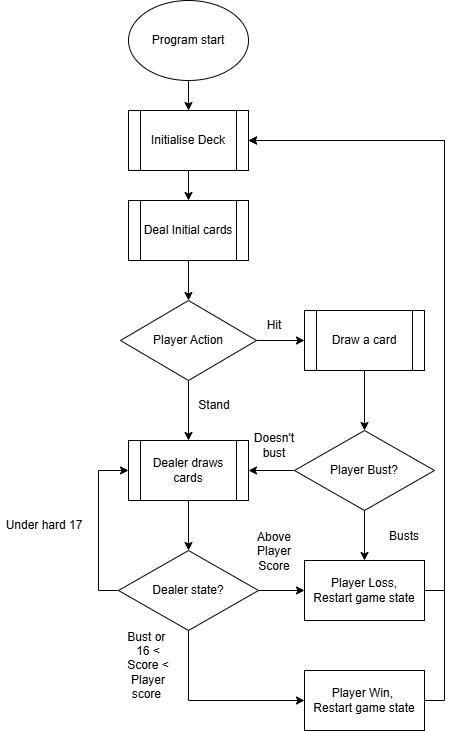
This is Blackjack_Flow.png from OhIt5MeGoD/prog_black_2_priv, a draw.io export, as it was before one commit. Source tidied: cells renumbered, new cells last; positions are measured from the earlier drawing's top-left corner, leaving out a move shared by most shapes. The source it was exported from:
```xml
<mxGraphModel>
  <root>
    <mxCell id="0" />
    <mxCell id="1" parent="0" />
    <mxCell id="2" style="edgeStyle=orthogonalEdgeStyle;rounded=0;jettySize=auto;html=1;exitX=0.5;exitY=1;exitDx=0;exitDy=0;entryX=0.5;entryY=0;entryDx=0;entryDy=0;" parent="1" edge="1" source="3" target="5">
      <mxGeometry relative="1" as="geometry" />
    </mxCell>
    <mxCell id="3" value="Program start" style="ellipse;whiteSpace=wrap;html=1;" parent="1" vertex="1">
      <mxGeometry x="128" width="120" height="80" as="geometry" />
    </mxCell>
    <mxCell id="4" style="edgeStyle=orthogonalEdgeStyle;rounded=0;jettySize=auto;html=1;exitX=0.5;exitY=1;exitDx=0;exitDy=0;" parent="1" edge="1" source="5" target="10">
      <mxGeometry relative="1" as="geometry" />
    </mxCell>
    <mxCell id="5" value="Initialise Deck" style="shape=process;whiteSpace=wrap;html=1;backgroundOutline=1;" parent="1" vertex="1">
      <mxGeometry x="128" y="110" width="120" height="60" as="geometry" />
    </mxCell>
    <mxCell id="6" style="edgeStyle=orthogonalEdgeStyle;rounded=0;jettySize=auto;html=1;exitX=1;exitY=0.5;exitDx=0;exitDy=0;" parent="1" edge="1" source="8" target="12">
      <mxGeometry relative="1" as="geometry" />
    </mxCell>
    <mxCell id="7" style="edgeStyle=orthogonalEdgeStyle;rounded=0;jettySize=auto;html=1;exitX=0.5;exitY=1;exitDx=0;exitDy=0;entryX=0.5;entryY=0;entryDx=0;entryDy=0;" parent="1" edge="1" source="8" target="19">
      <mxGeometry relative="1" as="geometry" />
    </mxCell>
    <mxCell id="8" value="Player Action" style="rhombus;whiteSpace=wrap;html=1;" parent="1" vertex="1">
      <mxGeometry x="120" y="300" width="136" height="80" as="geometry" />
    </mxCell>
    <mxCell id="9" style="edgeStyle=orthogonalEdgeStyle;rounded=0;jettySize=auto;html=1;exitX=0.5;exitY=1;exitDx=0;exitDy=0;entryX=0.5;entryY=0;entryDx=0;entryDy=0;" parent="1" edge="1" source="10" target="8">
      <mxGeometry relative="1" as="geometry" />
    </mxCell>
    <mxCell id="10" value="Deal Initial cards" style="shape=process;whiteSpace=wrap;html=1;backgroundOutline=1;" parent="1" vertex="1">
      <mxGeometry x="128" y="200" width="120" height="60" as="geometry" />
    </mxCell>
    <mxCell id="11" style="edgeStyle=orthogonalEdgeStyle;rounded=0;jettySize=auto;html=1;exitX=0.5;exitY=1;exitDx=0;exitDy=0;entryX=0.5;entryY=0;entryDx=0;entryDy=0;" parent="1" edge="1" source="12" target="15">
      <mxGeometry relative="1" as="geometry" />
    </mxCell>
    <mxCell id="12" value="Draw a card" style="shape=process;whiteSpace=wrap;html=1;backgroundOutline=1;" parent="1" vertex="1">
      <mxGeometry x="304" y="310" width="120" height="60" as="geometry" />
    </mxCell>
    <mxCell id="13" style="edgeStyle=orthogonalEdgeStyle;rounded=0;jettySize=auto;html=1;exitX=0.5;exitY=1;exitDx=0;exitDy=0;entryX=0.5;entryY=0;entryDx=0;entryDy=0;" parent="1" edge="1" source="15" target="17">
      <mxGeometry relative="1" as="geometry" />
    </mxCell>
    <mxCell id="14" style="edgeStyle=orthogonalEdgeStyle;rounded=0;jettySize=auto;html=1;exitX=0;exitY=0.5;exitDx=0;exitDy=0;entryX=1;entryY=0.5;entryDx=0;entryDy=0;" parent="1" edge="1" source="15" target="19">
      <mxGeometry relative="1" as="geometry" />
    </mxCell>
    <mxCell id="15" value="Player Bust?" style="rhombus;whiteSpace=wrap;html=1;" parent="1" vertex="1">
      <mxGeometry x="294" y="430" width="140" height="80" as="geometry" />
    </mxCell>
    <mxCell id="16" style="edgeStyle=orthogonalEdgeStyle;rounded=0;jettySize=auto;html=1;exitX=1;exitY=0.5;exitDx=0;exitDy=0;entryX=1;entryY=0.5;entryDx=0;entryDy=0;" parent="1" edge="1" source="17" target="5">
      <mxGeometry relative="1" as="geometry" />
    </mxCell>
    <mxCell id="17" value="Player Loss,&lt;br&gt;Restart game state" style="rounded=0;whiteSpace=wrap;html=1;" parent="1" vertex="1">
      <mxGeometry x="304" y="560" width="120" height="60" as="geometry" />
    </mxCell>
    <mxCell id="18" style="edgeStyle=orthogonalEdgeStyle;rounded=0;jettySize=auto;html=1;exitX=0.5;exitY=1;exitDx=0;exitDy=0;entryX=0.5;entryY=0;entryDx=0;entryDy=0;" parent="1" edge="1" source="19" target="27">
      <mxGeometry relative="1" as="geometry" />
    </mxCell>
    <mxCell id="19" value="Dealer draws cards" style="shape=process;whiteSpace=wrap;html=1;backgroundOutline=1;" parent="1" vertex="1">
      <mxGeometry x="128" y="440" width="120" height="60" as="geometry" />
    </mxCell>
    <mxCell id="20" value="Hit" style="text;html=1;whiteSpace=wrap;strokeColor=none;fillColor=none;align=center;verticalAlign=middle;rounded=0;" parent="1" vertex="1">
      <mxGeometry x="244" y="310" width="60" height="30" as="geometry" />
    </mxCell>
    <mxCell id="21" value="Stand" style="text;html=1;whiteSpace=wrap;strokeColor=none;fillColor=none;align=center;verticalAlign=middle;rounded=0;" parent="1" vertex="1">
      <mxGeometry x="184" y="390" width="60" height="30" as="geometry" />
    </mxCell>
    <mxCell id="22" value="Busts" style="text;html=1;whiteSpace=wrap;strokeColor=none;fillColor=none;align=center;verticalAlign=middle;rounded=0;" parent="1" vertex="1">
      <mxGeometry x="374" y="521" width="60" height="30" as="geometry" />
    </mxCell>
    <mxCell id="23" value="Doesn't bust" style="text;html=1;whiteSpace=wrap;strokeColor=none;fillColor=none;align=center;verticalAlign=middle;rounded=0;" parent="1" vertex="1">
      <mxGeometry x="244" y="430" width="60" height="30" as="geometry" />
    </mxCell>
    <mxCell id="24" style="edgeStyle=orthogonalEdgeStyle;rounded=0;jettySize=auto;html=1;exitX=0;exitY=0.5;exitDx=0;exitDy=0;entryX=0;entryY=0.5;entryDx=0;entryDy=0;" parent="1" edge="1" source="27" target="19">
      <mxGeometry relative="1" as="geometry" />
    </mxCell>
    <mxCell id="25" style="edgeStyle=orthogonalEdgeStyle;rounded=0;jettySize=auto;html=1;exitX=1;exitY=0.5;exitDx=0;exitDy=0;entryX=0;entryY=0.5;entryDx=0;entryDy=0;" parent="1" edge="1" source="27" target="17">
      <mxGeometry relative="1" as="geometry" />
    </mxCell>
    <mxCell id="26" style="edgeStyle=orthogonalEdgeStyle;rounded=0;jettySize=auto;html=1;exitX=0.5;exitY=1;exitDx=0;exitDy=0;entryX=0;entryY=0.5;entryDx=0;entryDy=0;" parent="1" edge="1" source="27" target="29">
      <mxGeometry relative="1" as="geometry" />
    </mxCell>
    <mxCell id="27" value="Dealer state?" style="rhombus;whiteSpace=wrap;html=1;" parent="1" vertex="1">
      <mxGeometry x="118" y="550" width="140" height="80" as="geometry" />
    </mxCell>
    <mxCell id="28" style="edgeStyle=orthogonalEdgeStyle;rounded=0;jettySize=auto;html=1;exitX=1;exitY=0.5;exitDx=0;exitDy=0;entryX=1;entryY=0.5;entryDx=0;entryDy=0;" parent="1" edge="1" source="29" target="5">
      <mxGeometry relative="1" as="geometry" />
    </mxCell>
    <mxCell id="29" value="Player Win,&amp;nbsp;&lt;br&gt;Restart game state" style="rounded=0;whiteSpace=wrap;html=1;" parent="1" vertex="1">
      <mxGeometry x="304" y="670" width="120" height="60" as="geometry" />
    </mxCell>
    <mxCell id="30" value="Under hard 17" style="text;html=1;whiteSpace=wrap;strokeColor=none;fillColor=none;align=center;verticalAlign=middle;rounded=0;" parent="1" vertex="1">
      <mxGeometry y="510" width="88" height="30" as="geometry" />
    </mxCell>
    <mxCell id="31" value="Above Player Score" style="text;html=1;whiteSpace=wrap;strokeColor=none;fillColor=none;align=center;verticalAlign=middle;rounded=0;" parent="1" vertex="1">
      <mxGeometry x="244" y="536" width="60" height="30" as="geometry" />
    </mxCell>
    <mxCell id="32" value="Bust or&amp;nbsp;&lt;br&gt;16 &amp;lt; Score &amp;lt; Player score&amp;nbsp;" style="text;html=1;whiteSpace=wrap;strokeColor=none;fillColor=none;align=center;verticalAlign=middle;rounded=0;" parent="1" vertex="1">
      <mxGeometry x="118" y="650" width="60" height="30" as="geometry" />
    </mxCell>
  </root>
</mxGraphModel>
```
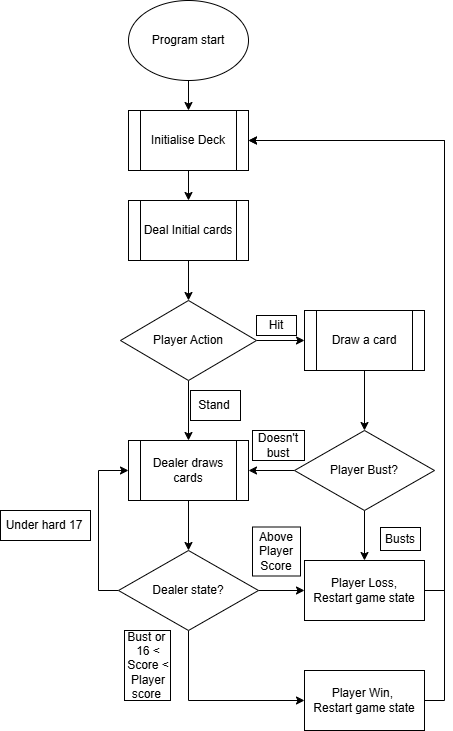
The same diagram one commit later.

Commit message:
added backgrounds to text, hard to read with the transparent background

What changed in the source:
```diff
@@ -2,6 +2,27 @@
   <root>
     <mxCell id="0" />
     <mxCell id="1" parent="0" />
+    <mxCell id="33" style="rounded=0;whiteSpace=wrap;html=1;" parent="1" vertex="1">
+      <mxGeometry x="124" y="630" width="46" height="70" as="geometry" />
+    </mxCell>
+    <mxCell id="34" style="rounded=0;whiteSpace=wrap;html=1;" parent="1" vertex="1">
+      <mxGeometry x="380" y="527" width="40" height="23" as="geometry" />
+    </mxCell>
+    <mxCell id="35" style="rounded=0;whiteSpace=wrap;html=1;" parent="1" vertex="1">
+      <mxGeometry x="252" y="526.5" width="48" height="49" as="geometry" />
+    </mxCell>
+    <mxCell id="36" style="rounded=0;whiteSpace=wrap;html=1;" parent="1" vertex="1">
+      <mxGeometry y="510" width="90" height="30" as="geometry" />
+    </mxCell>
+    <mxCell id="37" style="rounded=0;whiteSpace=wrap;html=1;" parent="1" vertex="1">
+      <mxGeometry x="252" y="430" width="52" height="30" as="geometry" />
+    </mxCell>
+    <mxCell id="38" style="rounded=0;whiteSpace=wrap;html=1;" parent="1" vertex="1">
+      <mxGeometry x="190" y="390" width="50" height="30" as="geometry" />
+    </mxCell>
+    <mxCell id="39" style="rounded=0;whiteSpace=wrap;html=1;" parent="1" vertex="1">
+      <mxGeometry x="256" y="315" width="40" height="20" as="geometry" />
+    </mxCell>
     <mxCell id="2" style="edgeStyle=orthogonalEdgeStyle;rounded=0;jettySize=auto;html=1;exitX=0.5;exitY=1;exitDx=0;exitDy=0;entryX=0.5;entryY=0;entryDx=0;entryDy=0;" parent="1" edge="1" source="3" target="5">
       <mxGeometry relative="1" as="geometry" />
     </mxCell>
@@ -57,16 +78,16 @@
       <mxGeometry x="128" y="440" width="120" height="60" as="geometry" />
     </mxCell>
     <mxCell id="20" value="Hit" style="text;html=1;whiteSpace=wrap;strokeColor=none;fillColor=none;align=center;verticalAlign=middle;rounded=0;" parent="1" vertex="1">
-      <mxGeometry x="244" y="310" width="60" height="30" as="geometry" />
+      <mxGeometry x="246" y="310" width="60" height="30" as="geometry" />
     </mxCell>
     <mxCell id="21" value="Stand" style="text;html=1;whiteSpace=wrap;strokeColor=none;fillColor=none;align=center;verticalAlign=middle;rounded=0;" parent="1" vertex="1">
       <mxGeometry x="184" y="390" width="60" height="30" as="geometry" />
     </mxCell>
     <mxCell id="22" value="Busts" style="text;html=1;whiteSpace=wrap;strokeColor=none;fillColor=none;align=center;verticalAlign=middle;rounded=0;" parent="1" vertex="1">
-      <mxGeometry x="374" y="521" width="60" height="30" as="geometry" />
+      <mxGeometry x="370" y="523.5" width="60" height="30" as="geometry" />
     </mxCell>
     <mxCell id="23" value="Doesn't bust" style="text;html=1;whiteSpace=wrap;strokeColor=none;fillColor=none;align=center;verticalAlign=middle;rounded=0;" parent="1" vertex="1">
-      <mxGeometry x="244" y="430" width="60" height="30" as="geometry" />
+      <mxGeometry x="248" y="430" width="60" height="30" as="geometry" />
     </mxCell>
     <mxCell id="24" style="edgeStyle=orthogonalEdgeStyle;rounded=0;jettySize=auto;html=1;exitX=0;exitY=0.5;exitDx=0;exitDy=0;entryX=0;entryY=0.5;entryDx=0;entryDy=0;" parent="1" edge="1" source="27" target="19">
       <mxGeometry relative="1" as="geometry" />
@@ -90,7 +111,7 @@
       <mxGeometry y="510" width="88" height="30" as="geometry" />
     </mxCell>
     <mxCell id="31" value="Above Player Score" style="text;html=1;whiteSpace=wrap;strokeColor=none;fillColor=none;align=center;verticalAlign=middle;rounded=0;" parent="1" vertex="1">
-      <mxGeometry x="244" y="536" width="60" height="30" as="geometry" />
+      <mxGeometry x="246" y="536" width="60" height="30" as="geometry" />
     </mxCell>
     <mxCell id="32" value="Bust or&amp;nbsp;&lt;br&gt;16 &amp;lt; Score &amp;lt; Player score&amp;nbsp;" style="text;html=1;whiteSpace=wrap;strokeColor=none;fillColor=none;align=center;verticalAlign=middle;rounded=0;" parent="1" vertex="1">
       <mxGeometry x="118" y="650" width="60" height="30" as="geometry" />
```
